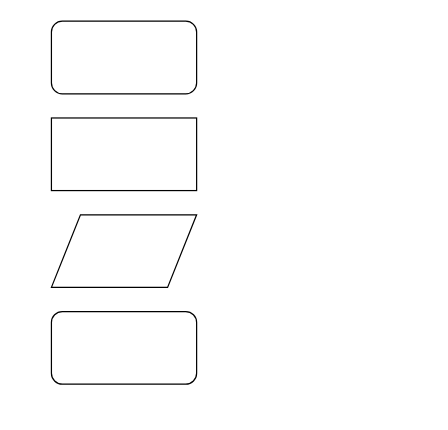
Anirach/INE-Python keeps this draw.io diagram as firstif.drawio. Above is the earlier version. Source tidied: cells renumbered, new cells numbered last; positions are measured from the earlier drawing's top-left corner, leaving out a move shared by most shapes. Both pictures are drawn from the tidied source at 121%, with x=0, y=0 at pixel (51, 21).
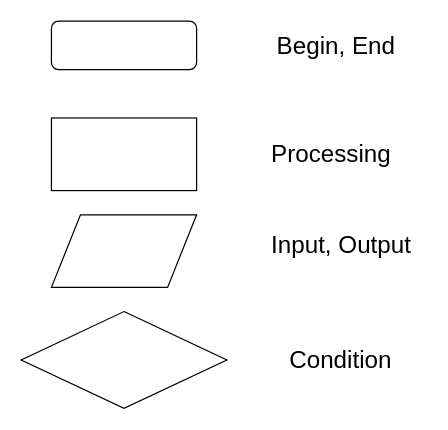
Above is the later version.

Commit message:
Create Flowchart Symbols

The edit, as a diff of the source:
```diff
@@
 <mxGraphModel>
   <root>
     <mxCell id="0" />
     <mxCell id="1" parent="0" />
     <mxCell id="2" style="rounded=1;whiteSpace=wrap;html=1;" parent="1" vertex="1">
-      <mxGeometry width="120" height="60" as="geometry" />
+      <mxGeometry width="120" height="40" as="geometry" />
     </mxCell>
     <mxCell id="3" style="rounded=0;whiteSpace=wrap;html=1;" parent="1" vertex="1">
       <mxGeometry y="80" width="120" height="60" as="geometry" />
     </mxCell>
     <mxCell id="4" style="shape=parallelogram;perimeter=parallelogramPerimeter;whiteSpace=wrap;html=1;" parent="1" vertex="1">
       <mxGeometry y="160" width="120" height="60" as="geometry" />
     </mxCell>
-    <mxCell id="5" style="rounded=1;whiteSpace=wrap;html=1;" parent="1" vertex="1">
-      <mxGeometry y="240" width="120" height="60" as="geometry" />
-    </mxCell>
+    <mxCell id="6" style="rhombus;whiteSpace=wrap;html=1;" parent="1" vertex="1">
+      <mxGeometry x="-25" y="240" width="170" height="80" as="geometry" />
+    </mxCell>
+    <mxCell id="7" value="Begin, End" style="text;html=1;align=center;verticalAlign=middle;fillColor=none;strokeColor=none;rounded=0;fontSize=20;" parent="1" vertex="1">
+      <mxGeometry x="200" y="10" width="70" height="20" as="geometry" />
+    </mxCell>
+    <mxCell id="8" value="Processing" style="text;html=1;align=left;verticalAlign=top;spacingTop=-4;fontSize=20;" parent="1" vertex="1">
+      <mxGeometry x="180" y="95" width="110" height="30" as="geometry" />
+    </mxCell>
+    <mxCell id="9" value="Input, Output" style="text;html=1;align=left;verticalAlign=top;spacingTop=-4;fontSize=20;" parent="1" vertex="1">
+      <mxGeometry x="180" y="170" width="130" height="30" as="geometry" />
+    </mxCell>
+    <mxCell id="10" value="Condition" style="text;html=1;align=left;verticalAlign=top;spacingTop=-4;fontSize=20;" parent="1" vertex="1">
+      <mxGeometry x="195" y="265" width="100" height="30" as="geometry" />
+    </mxCell>
   </root>
 </mxGraphModel>
```
